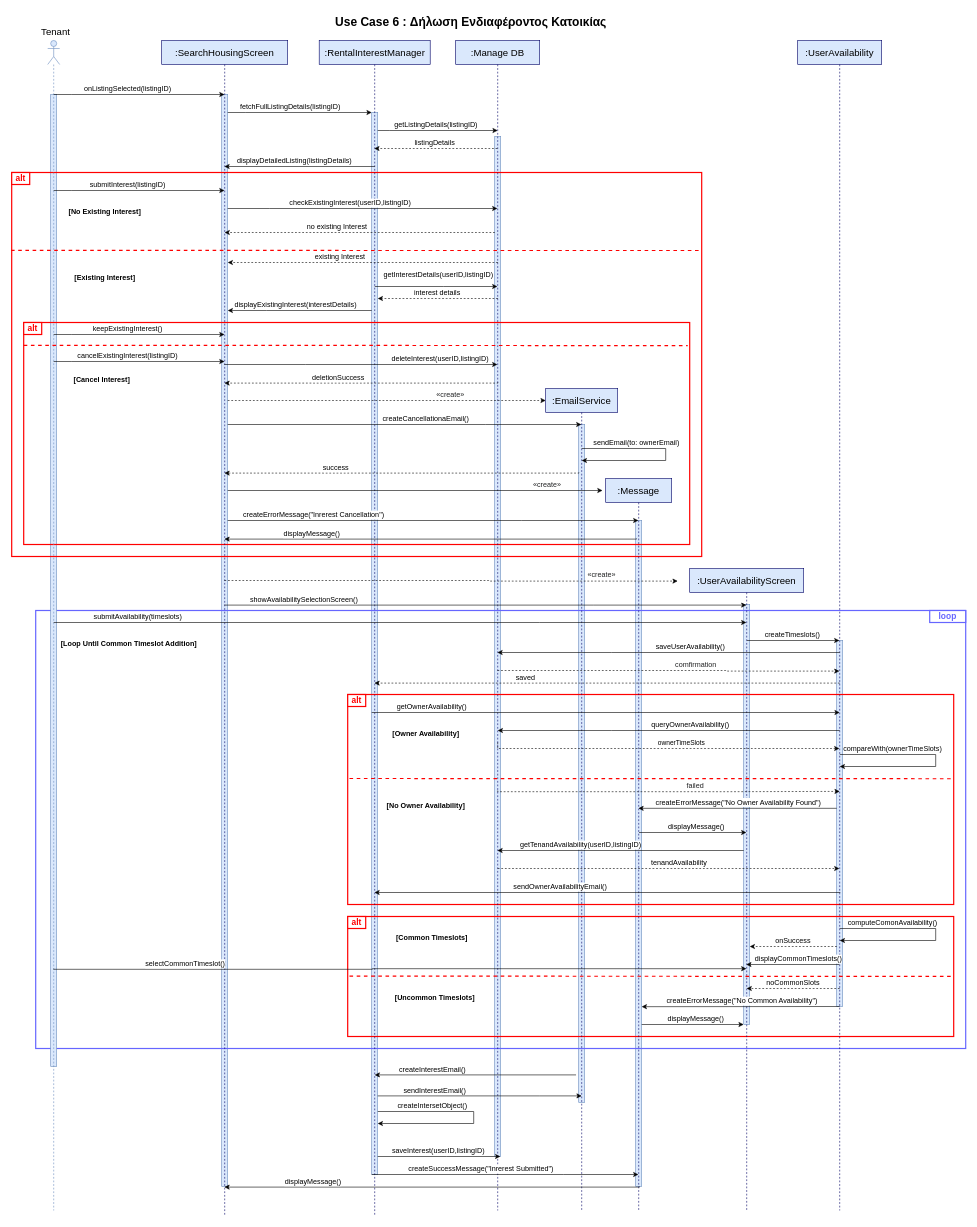
Above: page "use-case-6" (6 of 15) of FINAL DIAGRAMS/final_sequences.drawio in evelinastavropoulou/HomeLink (draw.io), before the change. Source tidied: cells renumbered, new cells numbered last; positions are measured from the earlier drawing's top-left corner, leaving out a move shared by most shapes. Both pictures are drawn from the tidied source at 60%, with x=0, y=0 at pixel (11, 10).
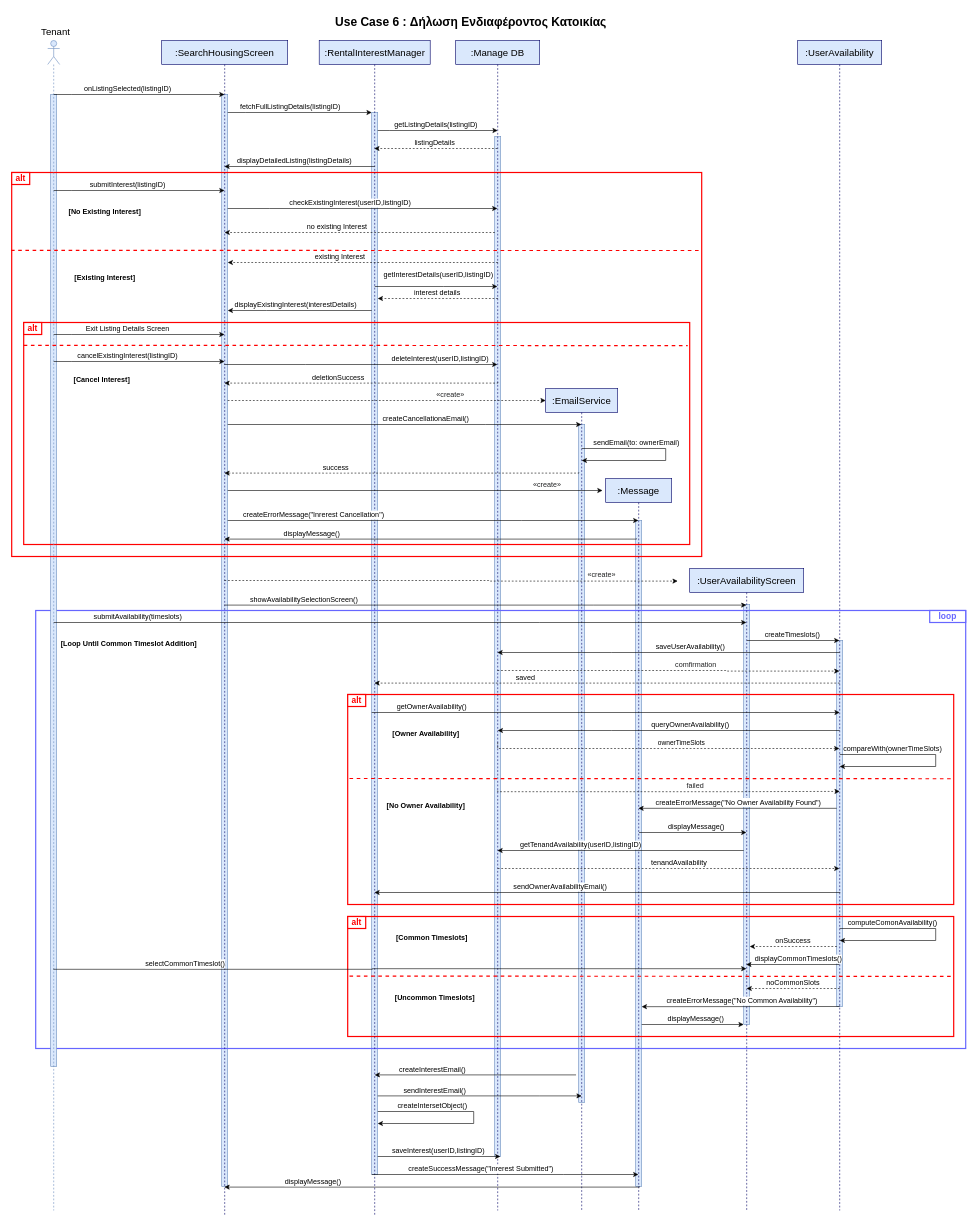
The same diagram, later.

Unchanged cells that the change refers to:
```xml
<mxCell id="47" style="edgeStyle=orthogonalEdgeStyle;rounded=0;orthogonalLoop=1;jettySize=auto;html=1;curved=0;" parent="1" edge="1">
  <mxGeometry relative="1" as="geometry">
    <mxPoint x="70" y="540" as="sourcePoint" />
    <mxPoint x="354.7" y="540" as="targetPoint" />
    <Array as="points">
      <mxPoint x="100.2" y="540" />
      <mxPoint x="100.2" y="540" />
    </Array>
  </mxGeometry>
</mxCell>
```

The edit, as a diff of the source:
```diff
@@
-    <mxCell id="48" value="keepExistingInterest()" style="edgeLabel;html=1;align=center;verticalAlign=middle;fontSize=12;" parent="47" vertex="1">
+    <mxCell id="48" value="Exit Listing Details Screen" style="edgeLabel;html=1;align=center;verticalAlign=middle;fontSize=12;" parent="47" vertex="1">
       <mxGeometry x="-0.14" y="3" relative="1" as="geometry">
         <mxPoint y="-7" as="offset" />
       </mxGeometry>
     </mxCell>
```
